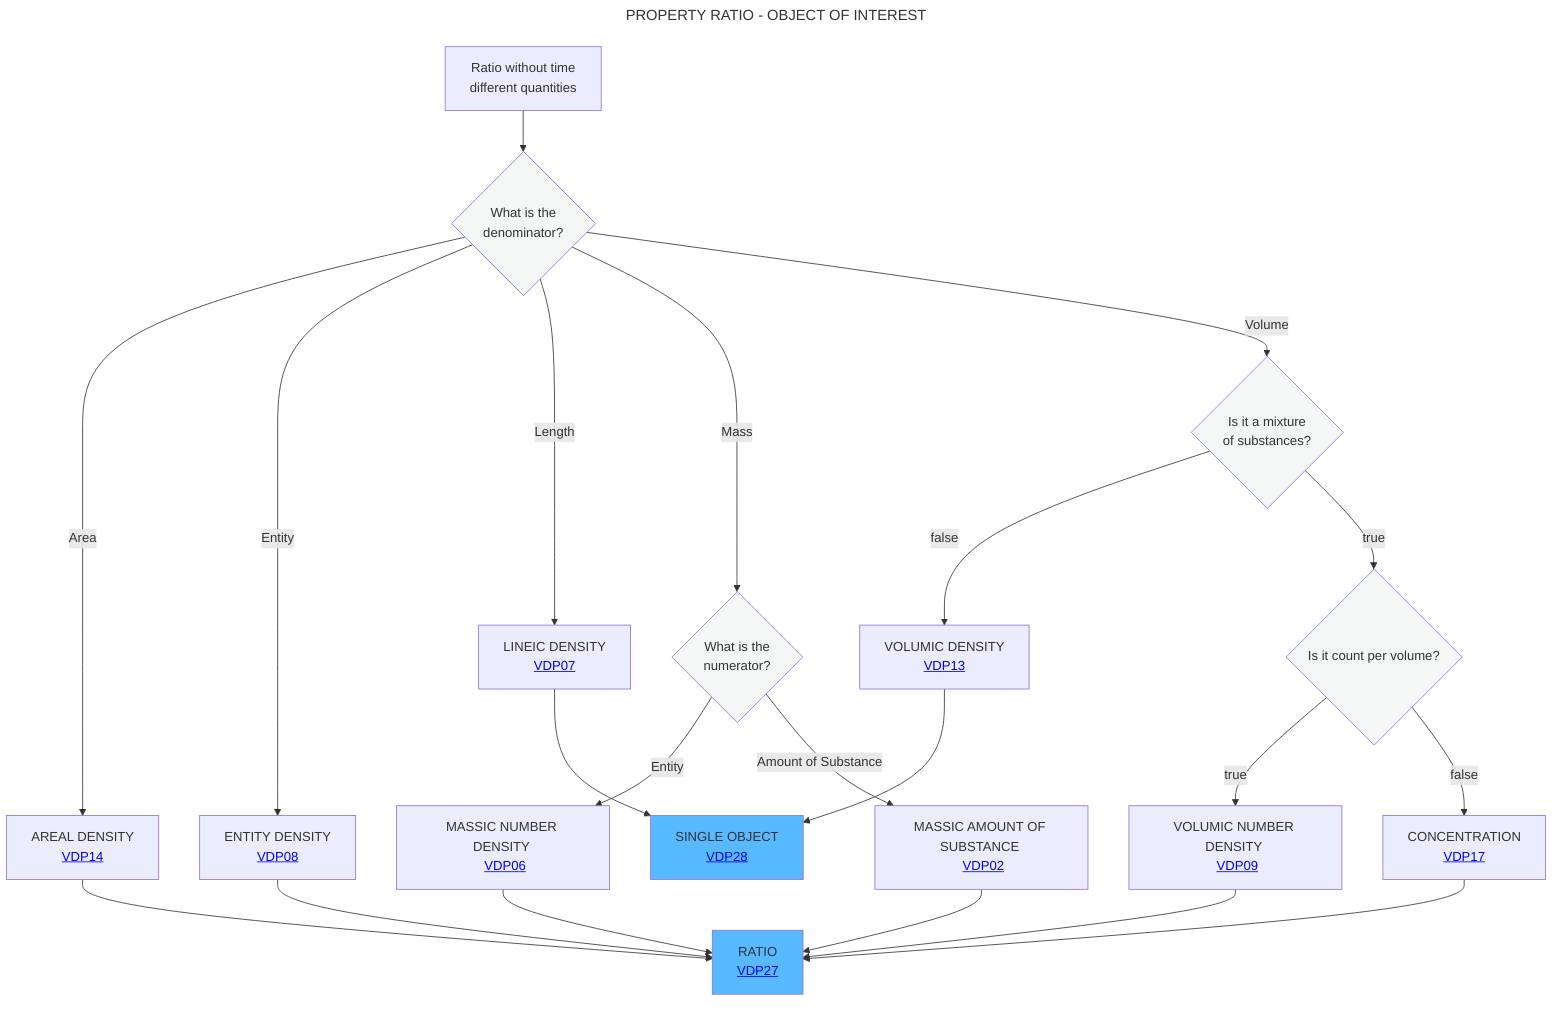
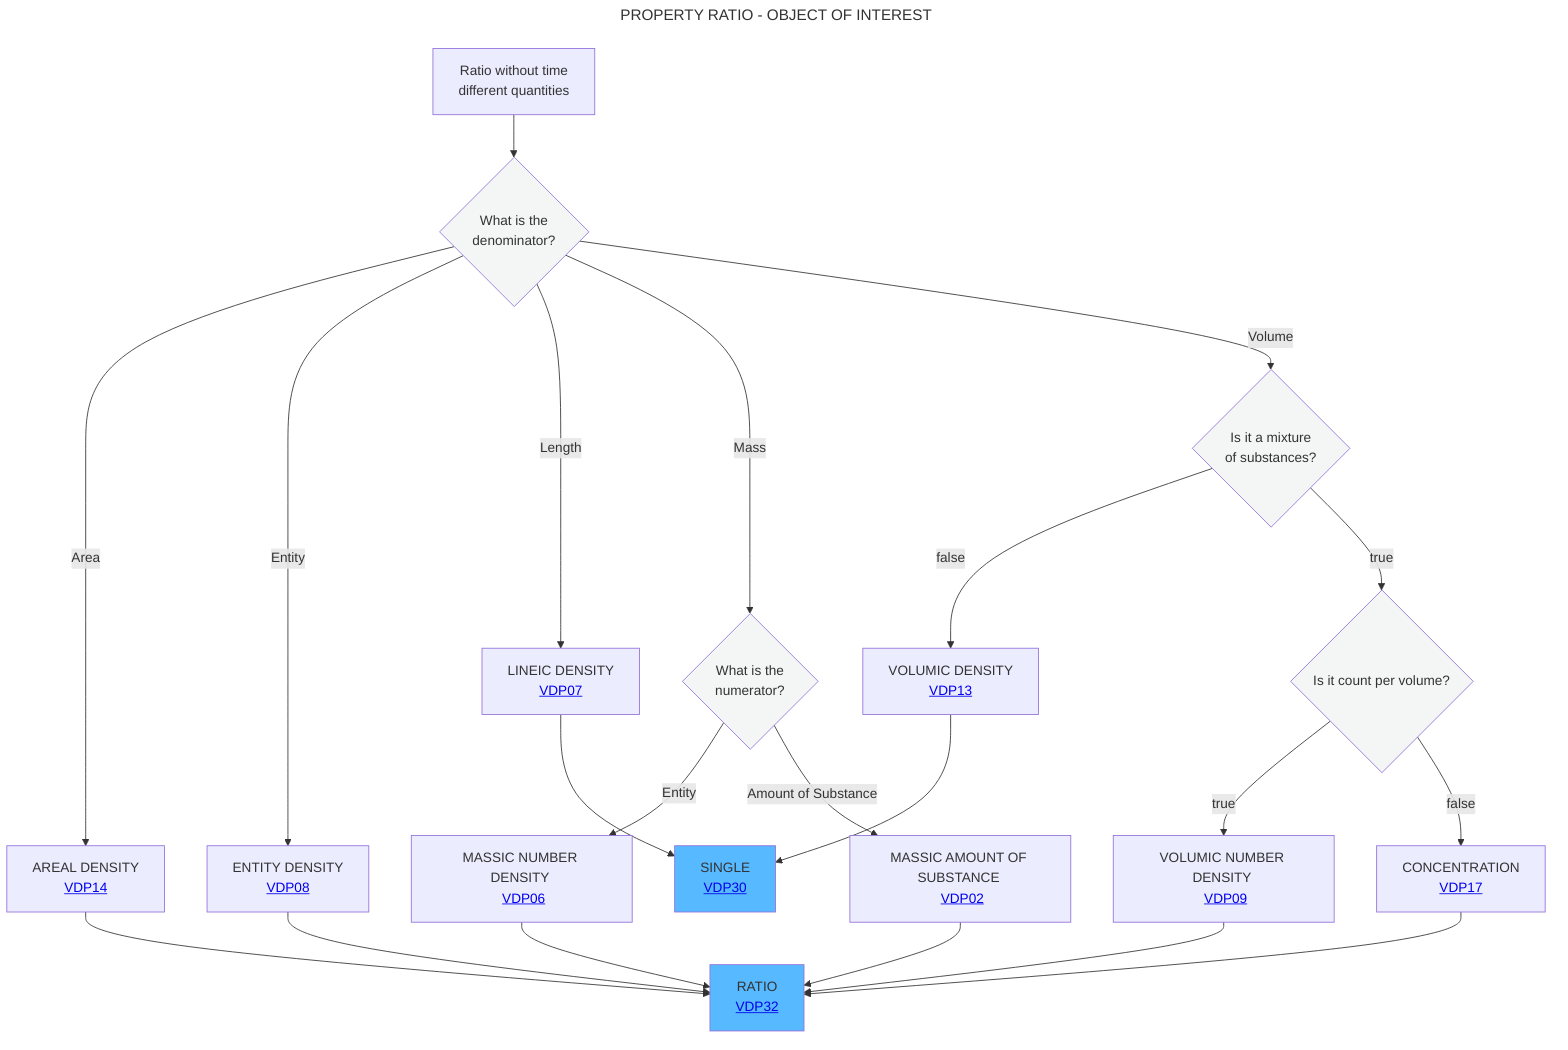
---
title: PROPERTY RATIO - OBJECT OF INTEREST
---
flowchart TD
    A[Ratio without time <br> different quantities] --> B{What is the <br> denominator?}:::white
    B -- Area -->C[AREAL DENSITY <br> <a href='https://github.com/mabablue/I-ADOPT-patterns-playground/blob/main/pattern/VDP14.yaml'>VDP14</a>]
    B -- Entity -->F[ENTITY DENSITY <br> <a href='https://github.com/mabablue/I-ADOPT-patterns-playground/blob/main/pattern/VDP08.yaml'>VDP08</a>]
    B -- Length -->D[LINEIC DENSITY <br> <a href='https://github.com/mabablue/I-ADOPT-patterns-playground/blob/main/pattern/VDP07.yaml'>VDP07</a>]
    B -- Mass -->E{What is the <br> numerator?}:::white
    E -- Entity --> L[MASSIC NUMBER DENSITY <br> <a href='https://github.com/mabablue/I-ADOPT-patterns-playground/blob/main/pattern/VDP06.yaml'>VDP06</a>]
    E -- Amount of Substance --> P[MASSIC AMOUNT OF SUBSTANCE <br> <a href='https://github.com/mabablue/I-ADOPT-patterns-playground/blob/main/pattern/VDP02.yaml'>VDP02</a>]
    B -- Volume -->G{Is it a mixture <br> of substances?}:::white
    G --> |false|H[VOLUMIC DENSITY <br> <a href='https://github.com/mabablue/I-ADOPT-patterns-playground/blob/main/pattern/VDP13.yaml'>VDP13</a>]
    G--> |true|J{Is it count per volume?}:::white
    J --> |true|I[VOLUMIC NUMBER DENSITY <br> <a href='https://github.com/mabablue/I-ADOPT-patterns-playground/blob/main/pattern/VDP09.yaml'>VDP09</a>]
    J --> |false|M[CONCENTRATION <br> <a href='https://github.com/mabablue/I-ADOPT-patterns-playground/blob/main/pattern/VDP17.yaml'>VDP17</a>]
    I --> N
-     C --> N[RATIO <br> <a href='https://github.com/mabablue/I-ADOPT-patterns-playground/blob/main/pattern/VDP27.yaml'>VDP27</a>]:::satblue
+     C --> N[RATIO <br> <a href='https://github.com/mabablue/I-ADOPT-patterns-playground/blob/main/pattern/VDP32.yaml'>VDP32</a>]:::satblue
    F --> N
-     D --> O[SINGLE OBJECT <br> <a href='https://github.com/mabablue/I-ADOPT-patterns-playground/blob/main/pattern/VDP28.yaml'>VDP28</a>]:::satblue
+     D --> O[SINGLE <br> <a href='https://github.com/mabablue/I-ADOPT-patterns-playground/blob/main/pattern/VDP30.yaml'>VDP30</a>]:::satblue
    H --> O
    L --> N
    P --> N
    M --> N
   classDef blue fill:#90D5FF
   classDef satblue fill:#57B9FF
   classDef white fill:#f3f6f4
   classDef green fill:#6aa84f
